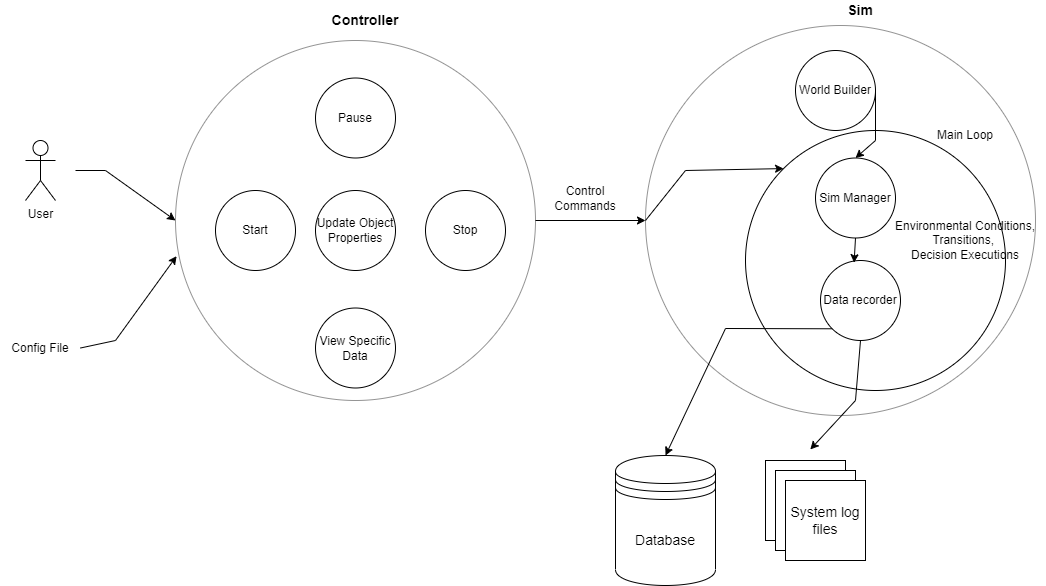
Before: Images/level1-dfd.drawio.png, a diagram exported from draw.io (downs990/SocietySimulation). Source tidied: cells renumbered, new cells last; positions are measured from the earlier drawing's top-left corner, leaving out a move shared by most shapes. Its diagram source:
```xml
<mxGraphModel>
  <root>
    <mxCell id="0" />
    <mxCell id="1" parent="0" />
    <mxCell id="2" style="ellipse;whiteSpace=wrap;html=1;align=center;" parent="1" vertex="1">
      <mxGeometry x="745" y="130" width="260" height="260" as="geometry" />
    </mxCell>
    <mxCell id="3" style="ellipse;whiteSpace=wrap;html=1;fillColor=none;strokeColor=#949494;" parent="1" vertex="1">
      <mxGeometry x="645" y="25" width="390" height="390" as="geometry" />
    </mxCell>
    <mxCell id="4" value="World Builder" style="ellipse;whiteSpace=wrap;html=1;" parent="1" vertex="1">
      <mxGeometry x="795" y="50" width="80" height="80" as="geometry" />
    </mxCell>
    <mxCell id="5" value="Sim Manager" style="ellipse;whiteSpace=wrap;html=1;" parent="1" vertex="1">
      <mxGeometry x="815" y="157.5" width="80" height="80" as="geometry" />
    </mxCell>
    <mxCell id="6" value="Data recorder" style="ellipse;whiteSpace=wrap;html=1;" parent="1" vertex="1">
      <mxGeometry x="820" y="260" width="80" height="80" as="geometry" />
    </mxCell>
    <mxCell id="7" value="Environmental Conditions, Transitions,&amp;nbsp;&lt;br&gt;Decision Executions" style="text;html=1;strokeColor=none;fillColor=none;align=center;verticalAlign=middle;whiteSpace=wrap;rounded=0;" parent="1" vertex="1">
      <mxGeometry x="885" y="215" width="160" height="50" as="geometry" />
    </mxCell>
    <mxCell id="8" style="ellipse;whiteSpace=wrap;html=1;fillColor=none;strokeColor=#949494;" parent="1" vertex="1">
      <mxGeometry x="175" y="40" width="360" height="360" as="geometry" />
    </mxCell>
    <mxCell id="9" value="User" style="shape=umlActor;verticalLabelPosition=bottom;verticalAlign=top;html=1;" parent="1" vertex="1">
      <mxGeometry x="25" y="140" width="30" height="60" as="geometry" />
    </mxCell>
    <mxCell id="10" value="Pause&lt;span style=&quot;color: rgba(0 , 0 , 0 , 0) ; font-family: monospace ; font-size: 0px&quot;&gt;%3CmxGraphModel%3E%3Croot%3E%3CmxCell%20id%3D%220%22%2F%3E%3CmxCell%20id%3D%221%22%20parent%3D%220%22%2F%3E%3CmxCell%20id%3D%222%22%20value%3D%22Config%20File%22%20style%3D%22ellipse%3BwhiteSpace%3Dwrap%3Bhtml%3D1%3Baspect%3Dfixed%3B%22%20vertex%3D%221%22%20parent%3D%221%22%3E%3CmxGeometry%20x%3D%2265%22%20y%3D%22360%22%20width%3D%2280%22%20height%3D%2280%22%20as%3D%22geometry%22%2F%3E%3C%2FmxCell%3E%3C%2Froot%3E%3C%2FmxGraphModel%3E&lt;/span&gt;&lt;span style=&quot;color: rgba(0 , 0 , 0 , 0) ; font-family: monospace ; font-size: 0px&quot;&gt;%3CmxGraphModel%3E%3Croot%3E%3CmxCell%20id%3D%220%22%2F%3E%3CmxCell%20id%3D%221%22%20parent%3D%220%22%2F%3E%3CmxCell%20id%3D%222%22%20value%3D%22Config%20File%22%20style%3D%22ellipse%3BwhiteSpace%3Dwrap%3Bhtml%3D1%3Baspect%3Dfixed%3B%22%20vertex%3D%221%22%20parent%3D%221%22%3E%3CmxGeometry%20x%3D%2265%22%20y%3D%22360%22%20width%3D%2280%22%20height%3D%2280%22%20as%3D%22geometry%22%2F%3E%3C%2FmxCell%3E%3C%2Froot%3E%3C%2FmxGraphModel%3E&lt;/span&gt;" style="ellipse;whiteSpace=wrap;html=1;" parent="1" vertex="1">
      <mxGeometry x="315" y="77.5" width="80" height="80" as="geometry" />
    </mxCell>
    <mxCell id="11" value="Update Object Properties&lt;span style=&quot;color: rgba(0 , 0 , 0 , 0) ; font-family: monospace ; font-size: 0px&quot;&gt;%3CmxGraphModel%3E%3Croot%3E%3CmxCell%20id%3D%220%22%2F%3E%3CmxCell%20id%3D%221%22%20parent%3D%220%22%2F%3E%3CmxCell%20id%3D%222%22%20value%3D%22Pause%26lt%3Bspan%20style%3D%26quot%3Bcolor%3A%20rgba(0%20%2C%200%20%2C%200%20%2C%200)%20%3B%20font-family%3A%20monospace%20%3B%20font-size%3A%200px%26quot%3B%26gt%3B%253CmxGraphModel%253E%253Croot%253E%253CmxCell%2520id%253D%25220%2522%252F%253E%253CmxCell%2520id%253D%25221%2522%2520parent%253D%25220%2522%252F%253E%253CmxCell%2520id%253D%25222%2522%2520value%253D%2522Config%2520File%2522%2520style%253D%2522ellipse%253BwhiteSpace%253Dwrap%253Bhtml%253D1%253Baspect%253Dfixed%253B%2522%2520vertex%253D%25221%2522%2520parent%253D%25221%2522%253E%253CmxGeometry%2520x%253D%252265%2522%2520y%253D%2522360%2522%2520width%253D%252280%2522%2520height%253D%252280%2522%2520as%253D%2522geometry%2522%252F%253E%253C%252FmxCell%253E%253C%252Froot%253E%253C%252FmxGraphModel%253E%26lt%3B%2Fspan%26gt%3B%26lt%3Bspan%20style%3D%26quot%3Bcolor%3A%20rgba(0%20%2C%200%20%2C%200%20%2C%200)%20%3B%20font-family%3A%20monospace%20%3B%20font-size%3A%200px%26quot%3B%26gt%3B%253CmxGraphModel%253E%253Croot%253E%253CmxCell%2520id%253D%25220%2522%252F%253E%253CmxCell%2520id%253D%25221%2522%2520parent%253D%25220%2522%252F%253E%253CmxCell%2520id%253D%25222%2522%2520value%253D%2522Config%2520File%2522%2520style%253D%2522ellipse%253BwhiteSpace%253Dwrap%253Bhtml%253D1%253Baspect%253Dfixed%253B%2522%2520vertex%253D%25221%2522%2520parent%253D%25221%2522%253E%253CmxGeometry%2520x%253D%252265%2522%2520y%253D%2522360%2522%2520width%253D%252280%2522%2520height%253D%252280%2522%2520as%253D%2522geometry%2522%252F%253E%253C%252FmxCell%253E%253C%252Froot%253E%253C%252FmxGraphModel%253E%26lt%3B%2Fspan%26gt%3B%22%20style%3D%22ellipse%3BwhiteSpace%3Dwrap%3Bhtml%3D1%3Baspect%3Dfixed%3B%22%20vertex%3D%221%22%20parent%3D%221%22%3E%3CmxGeometry%20x%3D%22200%22%20y%3D%22200%22%20width%3D%2280%22%20height%3D%2280%22%20as%3D%22geometry%22%2F%3E%3C%2FmxCell%3E%3C%2Froot%3E%3C%2FmxGraphModel%3E&lt;/span&gt;" style="ellipse;whiteSpace=wrap;html=1;" parent="1" vertex="1">
      <mxGeometry x="315" y="190" width="80" height="80" as="geometry" />
    </mxCell>
    <mxCell id="12" value="View Specific Data" style="ellipse;whiteSpace=wrap;html=1;" parent="1" vertex="1">
      <mxGeometry x="315" y="307.5" width="80" height="80" as="geometry" />
    </mxCell>
    <mxCell id="13" value="Stop" style="ellipse;whiteSpace=wrap;html=1;" parent="1" vertex="1">
      <mxGeometry x="425" y="190" width="80" height="80" as="geometry" />
    </mxCell>
    <mxCell id="14" style="endArrow=classic;html=1;rounded=0;exitX=1;exitY=0.5;exitDx=0;exitDy=0;entryX=0;entryY=0.5;entryDx=0;entryDy=0;" parent="1" edge="1" source="8" target="3">
      <mxGeometry relative="1" as="geometry" />
    </mxCell>
    <mxCell id="15" style="endArrow=classic;html=1;rounded=0;entryX=0;entryY=0.5;entryDx=0;entryDy=0;" parent="1" edge="1" target="8">
      <mxGeometry relative="1" as="geometry">
        <mxPoint x="75" y="170" as="sourcePoint" />
        <Array as="points">
          <mxPoint x="105" y="170" />
        </Array>
      </mxGeometry>
    </mxCell>
    <mxCell id="16" style="endArrow=classic;html=1;rounded=0;entryX=0.003;entryY=0.599;entryDx=0;entryDy=0;entryPerimeter=0;exitX=1;exitY=0.5;exitDx=0;exitDy=0;" parent="1" edge="1" source="22" target="8">
      <mxGeometry relative="1" as="geometry">
        <Array as="points">
          <mxPoint x="115" y="340" />
        </Array>
      </mxGeometry>
    </mxCell>
    <mxCell id="17" value="&lt;font style=&quot;font-size: 14px&quot;&gt;&lt;b&gt;Controller&lt;/b&gt;&lt;/font&gt;" style="text;html=1;strokeColor=none;fillColor=none;align=center;verticalAlign=middle;whiteSpace=wrap;rounded=0;" parent="1" vertex="1">
      <mxGeometry x="315" y="10" width="100" height="20" as="geometry" />
    </mxCell>
    <mxCell id="18" value="&lt;font style=&quot;font-size: 14px&quot;&gt;&lt;b&gt;Sim&lt;/b&gt;&lt;/font&gt;" style="text;html=1;strokeColor=none;fillColor=none;align=center;verticalAlign=middle;whiteSpace=wrap;rounded=0;" parent="1" vertex="1">
      <mxGeometry x="825" width="70" height="20" as="geometry" />
    </mxCell>
    <mxCell id="19" value="Start" style="ellipse;whiteSpace=wrap;html=1;" parent="1" vertex="1">
      <mxGeometry x="215" y="190" width="80" height="80" as="geometry" />
    </mxCell>
    <mxCell id="20" value="Control Commands" style="text;html=1;strokeColor=none;fillColor=none;align=center;verticalAlign=middle;whiteSpace=wrap;rounded=0;" parent="1" vertex="1">
      <mxGeometry x="545" y="180" width="80" height="35" as="geometry" />
    </mxCell>
    <mxCell id="21" style="endArrow=classic;html=1;rounded=0;fontSize=14;exitX=0.5;exitY=1;exitDx=0;exitDy=0;entryX=0.42;entryY=0.027;entryDx=0;entryDy=0;entryPerimeter=0;" parent="1" edge="1" source="5" target="6">
      <mxGeometry relative="1" as="geometry" />
    </mxCell>
    <mxCell id="22" value="Config File" style="text;html=1;strokeColor=none;fillColor=none;align=center;verticalAlign=middle;whiteSpace=wrap;rounded=0;" parent="1" vertex="1">
      <mxGeometry y="330" width="80" height="35" as="geometry" />
    </mxCell>
    <mxCell id="23" style="endArrow=classic;html=1;rounded=0;fontSize=14;exitX=0.5;exitY=1;exitDx=0;exitDy=0;entryX=0.56;entryY=-0.138;entryDx=0;entryDy=0;entryPerimeter=0;" parent="1" edge="1" source="6" target="25">
      <mxGeometry relative="1" as="geometry">
        <Array as="points">
          <mxPoint x="855" y="400" />
        </Array>
      </mxGeometry>
    </mxCell>
    <mxCell id="24" value="Database" style="shape=datastore;whiteSpace=wrap;html=1;fontSize=14;fillColor=none;" parent="1" vertex="1">
      <mxGeometry x="615" y="455" width="100" height="130" as="geometry" />
    </mxCell>
    <mxCell id="25" style="whiteSpace=wrap;html=1;fontSize=14;fillColor=none;" parent="1" vertex="1">
      <mxGeometry x="765" y="460" width="80" height="80" as="geometry" />
    </mxCell>
    <mxCell id="26" style="whiteSpace=wrap;html=1;fontSize=14;fillColor=default;" parent="1" vertex="1">
      <mxGeometry x="775" y="470" width="80" height="80" as="geometry" />
    </mxCell>
    <mxCell id="27" value="System log files" style="whiteSpace=wrap;html=1;fontSize=14;fillColor=default;" parent="1" vertex="1">
      <mxGeometry x="785" y="480" width="80" height="80" as="geometry" />
    </mxCell>
    <mxCell id="28" style="endArrow=classic;html=1;rounded=0;fontSize=14;exitX=0;exitY=1;exitDx=0;exitDy=0;entryX=0.5;entryY=0;entryDx=0;entryDy=0;" parent="1" edge="1" source="6" target="24">
      <mxGeometry relative="1" as="geometry">
        <Array as="points">
          <mxPoint x="725" y="328" />
        </Array>
      </mxGeometry>
    </mxCell>
    <mxCell id="29" style="endArrow=classic;html=1;rounded=0;fontSize=14;exitX=1;exitY=0.5;exitDx=0;exitDy=0;entryX=0.5;entryY=0;entryDx=0;entryDy=0;" parent="1" edge="1" source="4" target="5">
      <mxGeometry relative="1" as="geometry">
        <Array as="points">
          <mxPoint x="875" y="140" />
        </Array>
      </mxGeometry>
    </mxCell>
    <mxCell id="30" style="endArrow=classic;html=1;rounded=0;exitX=0;exitY=0.5;exitDx=0;exitDy=0;entryX=0;entryY=0;entryDx=0;entryDy=0;" parent="1" edge="1" source="3" target="2">
      <mxGeometry relative="1" as="geometry">
        <Array as="points">
          <mxPoint x="685" y="170" />
        </Array>
      </mxGeometry>
    </mxCell>
    <mxCell id="31" value="Main Loop" style="text;html=1;strokeColor=none;fillColor=none;align=center;verticalAlign=middle;whiteSpace=wrap;rounded=0;" parent="1" vertex="1">
      <mxGeometry x="930" y="120" width="70" height="30" as="geometry" />
    </mxCell>
  </root>
</mxGraphModel>
```
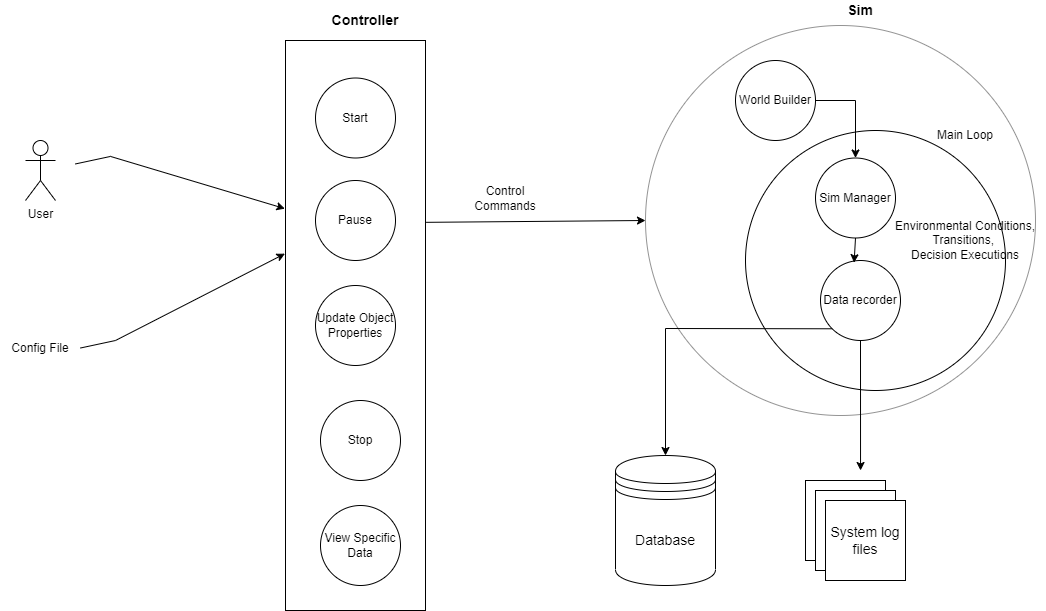
Above is the later version.

Commit message:
updating design documents

Diff of the diagram source:
```diff
@@ -2,6 +2,9 @@
   <root>
     <mxCell id="0" />
     <mxCell id="1" parent="0" />
+    <mxCell id="32" style="rounded=0;whiteSpace=wrap;html=1;" parent="1" vertex="1">
+      <mxGeometry x="285" y="40" width="140" height="570" as="geometry" />
+    </mxCell>
     <mxCell id="2" style="ellipse;whiteSpace=wrap;html=1;align=center;" parent="1" vertex="1">
       <mxGeometry x="745" y="130" width="260" height="260" as="geometry" />
     </mxCell>
@@ -9,7 +12,7 @@
       <mxGeometry x="645" y="25" width="390" height="390" as="geometry" />
     </mxCell>
     <mxCell id="4" value="World Builder" style="ellipse;whiteSpace=wrap;html=1;" parent="1" vertex="1">
-      <mxGeometry x="795" y="50" width="80" height="80" as="geometry" />
+      <mxGeometry x="735" y="60" width="80" height="80" as="geometry" />
     </mxCell>
     <mxCell id="5" value="Sim Manager" style="ellipse;whiteSpace=wrap;html=1;" parent="1" vertex="1">
       <mxGeometry x="815" y="157.5" width="80" height="80" as="geometry" />
@@ -20,36 +23,25 @@
     <mxCell id="7" value="Environmental Conditions, Transitions,&amp;nbsp;&lt;br&gt;Decision Executions" style="text;html=1;strokeColor=none;fillColor=none;align=center;verticalAlign=middle;whiteSpace=wrap;rounded=0;" parent="1" vertex="1">
       <mxGeometry x="885" y="215" width="160" height="50" as="geometry" />
     </mxCell>
-    <mxCell id="8" style="ellipse;whiteSpace=wrap;html=1;fillColor=none;strokeColor=#949494;" parent="1" vertex="1">
-      <mxGeometry x="175" y="40" width="360" height="360" as="geometry" />
-    </mxCell>
     <mxCell id="9" value="User" style="shape=umlActor;verticalLabelPosition=bottom;verticalAlign=top;html=1;" parent="1" vertex="1">
       <mxGeometry x="25" y="140" width="30" height="60" as="geometry" />
     </mxCell>
     <mxCell id="10" value="Pause&lt;span style=&quot;color: rgba(0 , 0 , 0 , 0) ; font-family: monospace ; font-size: 0px&quot;&gt;%3CmxGraphModel%3E%3Croot%3E%3CmxCell%20id%3D%220%22%2F%3E%3CmxCell%20id%3D%221%22%20parent%3D%220%22%2F%3E%3CmxCell%20id%3D%222%22%20value%3D%22Config%20File%22%20style%3D%22ellipse%3BwhiteSpace%3Dwrap%3Bhtml%3D1%3Baspect%3Dfixed%3B%22%20vertex%3D%221%22%20parent%3D%221%22%3E%3CmxGeometry%20x%3D%2265%22%20y%3D%22360%22%20width%3D%2280%22%20height%3D%2280%22%20as%3D%22geometry%22%2F%3E%3C%2FmxCell%3E%3C%2Froot%3E%3C%2FmxGraphModel%3E&lt;/span&gt;&lt;span style=&quot;color: rgba(0 , 0 , 0 , 0) ; font-family: monospace ; font-size: 0px&quot;&gt;%3CmxGraphModel%3E%3Croot%3E%3CmxCell%20id%3D%220%22%2F%3E%3CmxCell%20id%3D%221%22%20parent%3D%220%22%2F%3E%3CmxCell%20id%3D%222%22%20value%3D%22Config%20File%22%20style%3D%22ellipse%3BwhiteSpace%3Dwrap%3Bhtml%3D1%3Baspect%3Dfixed%3B%22%20vertex%3D%221%22%20parent%3D%221%22%3E%3CmxGeometry%20x%3D%2265%22%20y%3D%22360%22%20width%3D%2280%22%20height%3D%2280%22%20as%3D%22geometry%22%2F%3E%3C%2FmxCell%3E%3C%2Froot%3E%3C%2FmxGraphModel%3E&lt;/span&gt;" style="ellipse;whiteSpace=wrap;html=1;" parent="1" vertex="1">
-      <mxGeometry x="315" y="77.5" width="80" height="80" as="geometry" />
+      <mxGeometry x="315" y="180" width="80" height="80" as="geometry" />
     </mxCell>
     <mxCell id="11" value="Update Object Properties&lt;span style=&quot;color: rgba(0 , 0 , 0 , 0) ; font-family: monospace ; font-size: 0px&quot;&gt;%3CmxGraphModel%3E%3Croot%3E%3CmxCell%20id%3D%220%22%2F%3E%3CmxCell%20id%3D%221%22%20parent%3D%220%22%2F%3E%3CmxCell%20id%3D%222%22%20value%3D%22Pause%26lt%3Bspan%20style%3D%26quot%3Bcolor%3A%20rgba(0%20%2C%200%20%2C%200%20%2C%200)%20%3B%20font-family%3A%20monospace%20%3B%20font-size%3A%200px%26quot%3B%26gt%3B%253CmxGraphModel%253E%253Croot%253E%253CmxCell%2520id%253D%25220%2522%252F%253E%253CmxCell%2520id%253D%25221%2522%2520parent%253D%25220%2522%252F%253E%253CmxCell%2520id%253D%25222%2522%2520value%253D%2522Config%2520File%2522%2520style%253D%2522ellipse%253BwhiteSpace%253Dwrap%253Bhtml%253D1%253Baspect%253Dfixed%253B%2522%2520vertex%253D%25221%2522%2520parent%253D%25221%2522%253E%253CmxGeometry%2520x%253D%252265%2522%2520y%253D%2522360%2522%2520width%253D%252280%2522%2520height%253D%252280%2522%2520as%253D%2522geometry%2522%252F%253E%253C%252FmxCell%253E%253C%252Froot%253E%253C%252FmxGraphModel%253E%26lt%3B%2Fspan%26gt%3B%26lt%3Bspan%20style%3D%26quot%3Bcolor%3A%20rgba(0%20%2C%200%20%2C%200%20%2C%200)%20%3B%20font-family%3A%20monospace%20%3B%20font-size%3A%200px%26quot%3B%26gt%3B%253CmxGraphModel%253E%253Croot%253E%253CmxCell%2520id%253D%25220%2522%252F%253E%253CmxCell%2520id%253D%25221%2522%2520parent%253D%25220%2522%252F%253E%253CmxCell%2520id%253D%25222%2522%2520value%253D%2522Config%2520File%2522%2520style%253D%2522ellipse%253BwhiteSpace%253Dwrap%253Bhtml%253D1%253Baspect%253Dfixed%253B%2522%2520vertex%253D%25221%2522%2520parent%253D%25221%2522%253E%253CmxGeometry%2520x%253D%252265%2522%2520y%253D%2522360%2522%2520width%253D%252280%2522%2520height%253D%252280%2522%2520as%253D%2522geometry%2522%252F%253E%253C%252FmxCell%253E%253C%252Froot%253E%253C%252FmxGraphModel%253E%26lt%3B%2Fspan%26gt%3B%22%20style%3D%22ellipse%3BwhiteSpace%3Dwrap%3Bhtml%3D1%3Baspect%3Dfixed%3B%22%20vertex%3D%221%22%20parent%3D%221%22%3E%3CmxGeometry%20x%3D%22200%22%20y%3D%22200%22%20width%3D%2280%22%20height%3D%2280%22%20as%3D%22geometry%22%2F%3E%3C%2FmxCell%3E%3C%2Froot%3E%3C%2FmxGraphModel%3E&lt;/span&gt;" style="ellipse;whiteSpace=wrap;html=1;" parent="1" vertex="1">
-      <mxGeometry x="315" y="190" width="80" height="80" as="geometry" />
+      <mxGeometry x="315" y="285" width="80" height="80" as="geometry" />
     </mxCell>
     <mxCell id="12" value="View Specific Data" style="ellipse;whiteSpace=wrap;html=1;" parent="1" vertex="1">
-      <mxGeometry x="315" y="307.5" width="80" height="80" as="geometry" />
+      <mxGeometry x="320" y="505" width="80" height="80" as="geometry" />
     </mxCell>
     <mxCell id="13" value="Stop" style="ellipse;whiteSpace=wrap;html=1;" parent="1" vertex="1">
-      <mxGeometry x="425" y="190" width="80" height="80" as="geometry" />
+      <mxGeometry x="320" y="400" width="80" height="80" as="geometry" />
     </mxCell>
-    <mxCell id="14" style="endArrow=classic;html=1;rounded=0;exitX=1;exitY=0.5;exitDx=0;exitDy=0;entryX=0;entryY=0.5;entryDx=0;entryDy=0;" parent="1" edge="1" source="8" target="3">
+    <mxCell id="14" style="endArrow=classic;html=1;rounded=0;exitX=1.004;exitY=0.319;exitDx=0;exitDy=0;entryX=0;entryY=0.5;entryDx=0;entryDy=0;exitPerimeter=0;" parent="1" edge="1" source="32" target="3">
       <mxGeometry relative="1" as="geometry" />
     </mxCell>
-    <mxCell id="15" style="endArrow=classic;html=1;rounded=0;entryX=0;entryY=0.5;entryDx=0;entryDy=0;" parent="1" edge="1" target="8">
-      <mxGeometry relative="1" as="geometry">
-        <mxPoint x="75" y="170" as="sourcePoint" />
-        <Array as="points">
-          <mxPoint x="105" y="170" />
-        </Array>
-      </mxGeometry>
-    </mxCell>
-    <mxCell id="16" style="endArrow=classic;html=1;rounded=0;entryX=0.003;entryY=0.599;entryDx=0;entryDy=0;entryPerimeter=0;exitX=1;exitY=0.5;exitDx=0;exitDy=0;" parent="1" edge="1" source="22" target="8">
+    <mxCell id="16" style="endArrow=classic;html=1;rounded=0;entryX=-0.004;entryY=0.374;entryDx=0;entryDy=0;entryPerimeter=0;exitX=1;exitY=0.5;exitDx=0;exitDy=0;" parent="1" edge="1" source="22" target="32">
       <mxGeometry relative="1" as="geometry">
         <Array as="points">
           <mxPoint x="115" y="340" />
@@ -63,10 +55,10 @@
       <mxGeometry x="825" width="70" height="20" as="geometry" />
     </mxCell>
     <mxCell id="19" value="Start" style="ellipse;whiteSpace=wrap;html=1;" parent="1" vertex="1">
-      <mxGeometry x="215" y="190" width="80" height="80" as="geometry" />
+      <mxGeometry x="315" y="77.5" width="80" height="80" as="geometry" />
     </mxCell>
     <mxCell id="20" value="Control Commands" style="text;html=1;strokeColor=none;fillColor=none;align=center;verticalAlign=middle;whiteSpace=wrap;rounded=0;" parent="1" vertex="1">
-      <mxGeometry x="545" y="180" width="80" height="35" as="geometry" />
+      <mxGeometry x="465" y="180" width="80" height="35" as="geometry" />
     </mxCell>
     <mxCell id="21" style="endArrow=classic;html=1;rounded=0;fontSize=14;exitX=0.5;exitY=1;exitDx=0;exitDy=0;entryX=0.42;entryY=0.027;entryDx=0;entryDy=0;entryPerimeter=0;" parent="1" edge="1" source="5" target="6">
       <mxGeometry relative="1" as="geometry" />
@@ -74,48 +66,45 @@
     <mxCell id="22" value="Config File" style="text;html=1;strokeColor=none;fillColor=none;align=center;verticalAlign=middle;whiteSpace=wrap;rounded=0;" parent="1" vertex="1">
       <mxGeometry y="330" width="80" height="35" as="geometry" />
     </mxCell>
-    <mxCell id="23" style="endArrow=classic;html=1;rounded=0;fontSize=14;exitX=0.5;exitY=1;exitDx=0;exitDy=0;entryX=0.56;entryY=-0.138;entryDx=0;entryDy=0;entryPerimeter=0;" parent="1" edge="1" source="6" target="25">
-      <mxGeometry relative="1" as="geometry">
-        <Array as="points">
-          <mxPoint x="855" y="400" />
-        </Array>
-      </mxGeometry>
+    <mxCell id="23" style="endArrow=classic;html=1;rounded=0;fontSize=14;exitX=0.5;exitY=1;exitDx=0;exitDy=0;entryX=0.688;entryY=-0.125;entryDx=0;entryDy=0;entryPerimeter=0;" parent="1" edge="1" source="6" target="25">
+      <mxGeometry relative="1" as="geometry" />
     </mxCell>
     <mxCell id="24" value="Database" style="shape=datastore;whiteSpace=wrap;html=1;fontSize=14;fillColor=none;" parent="1" vertex="1">
       <mxGeometry x="615" y="455" width="100" height="130" as="geometry" />
     </mxCell>
     <mxCell id="25" style="whiteSpace=wrap;html=1;fontSize=14;fillColor=none;" parent="1" vertex="1">
-      <mxGeometry x="765" y="460" width="80" height="80" as="geometry" />
+      <mxGeometry x="805" y="480" width="80" height="80" as="geometry" />
     </mxCell>
     <mxCell id="26" style="whiteSpace=wrap;html=1;fontSize=14;fillColor=default;" parent="1" vertex="1">
-      <mxGeometry x="775" y="470" width="80" height="80" as="geometry" />
+      <mxGeometry x="815" y="490" width="80" height="80" as="geometry" />
     </mxCell>
     <mxCell id="27" value="System log files" style="whiteSpace=wrap;html=1;fontSize=14;fillColor=default;" parent="1" vertex="1">
-      <mxGeometry x="785" y="480" width="80" height="80" as="geometry" />
+      <mxGeometry x="825" y="500" width="80" height="80" as="geometry" />
     </mxCell>
     <mxCell id="28" style="endArrow=classic;html=1;rounded=0;fontSize=14;exitX=0;exitY=1;exitDx=0;exitDy=0;entryX=0.5;entryY=0;entryDx=0;entryDy=0;" parent="1" edge="1" source="6" target="24">
       <mxGeometry relative="1" as="geometry">
         <Array as="points">
-          <mxPoint x="725" y="328" />
+          <mxPoint x="665" y="328" />
         </Array>
       </mxGeometry>
     </mxCell>
     <mxCell id="29" style="endArrow=classic;html=1;rounded=0;fontSize=14;exitX=1;exitY=0.5;exitDx=0;exitDy=0;entryX=0.5;entryY=0;entryDx=0;entryDy=0;" parent="1" edge="1" source="4" target="5">
       <mxGeometry relative="1" as="geometry">
         <Array as="points">
-          <mxPoint x="875" y="140" />
+          <mxPoint x="855" y="100" />
         </Array>
       </mxGeometry>
     </mxCell>
-    <mxCell id="30" style="endArrow=classic;html=1;rounded=0;exitX=0;exitY=0.5;exitDx=0;exitDy=0;entryX=0;entryY=0;entryDx=0;entryDy=0;" parent="1" edge="1" source="3" target="2">
-      <mxGeometry relative="1" as="geometry">
-        <Array as="points">
-          <mxPoint x="685" y="170" />
-        </Array>
-      </mxGeometry>
-    </mxCell>
     <mxCell id="31" value="Main Loop" style="text;html=1;strokeColor=none;fillColor=none;align=center;verticalAlign=middle;whiteSpace=wrap;rounded=0;" parent="1" vertex="1">
       <mxGeometry x="930" y="120" width="70" height="30" as="geometry" />
     </mxCell>
+    <mxCell id="33" style="endArrow=classic;html=1;rounded=0;entryX=-0.004;entryY=0.295;entryDx=0;entryDy=0;entryPerimeter=0;exitX=1;exitY=0.5;exitDx=0;exitDy=0;" parent="1" edge="1" target="32">
+      <mxGeometry relative="1" as="geometry">
+        <mxPoint x="75" y="163.4" as="sourcePoint" />
+        <Array as="points">
+          <mxPoint x="110" y="155.9" />
+        </Array>
+      </mxGeometry>
+    </mxCell>
   </root>
 </mxGraphModel>
```
